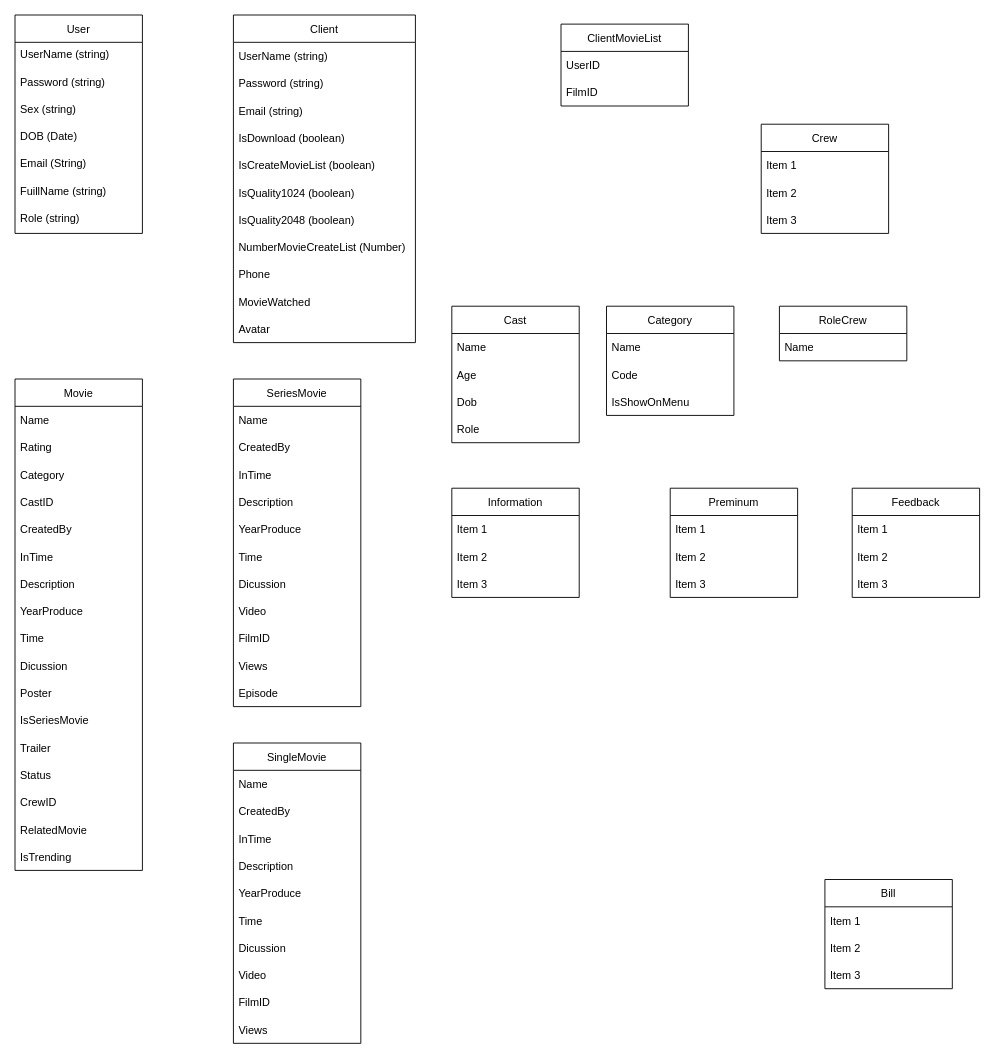
KenDZz1012/LKShop-NgonNguKichBan keeps this draw.io diagram as database.drawio. Above is the earlier version. Source tidied: cells renumbered, new cells numbered last; positions are measured from the earlier drawing's top-left corner, leaving out a move shared by most shapes. Both pictures are drawn from the tidied source at 91%, with x=0, y=0 at pixel (15, 15).
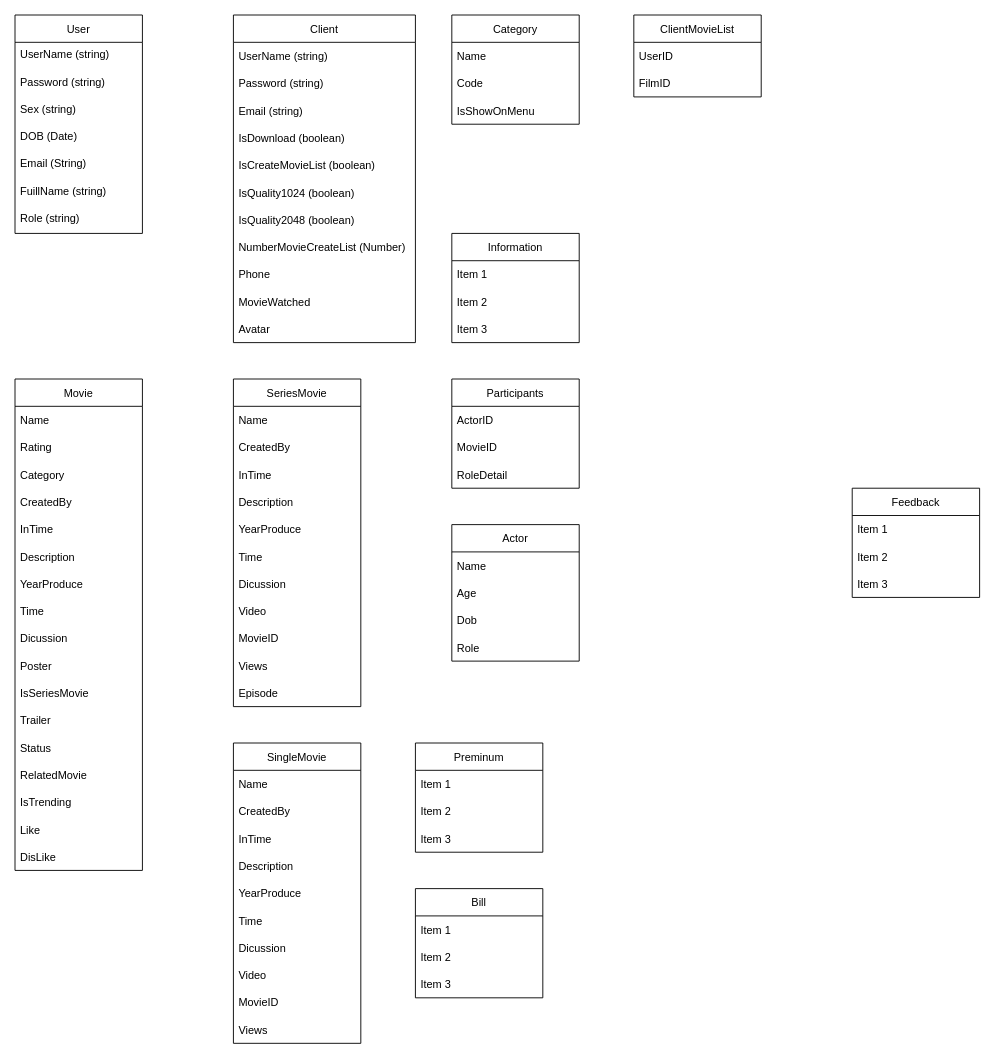
The same diagram, later.

Unchanged cells that the change refers to:
```xml
<mxCell id="10" value="Movie" style="swimlane;fontStyle=0;horizontal=1;startSize=30;" parent="1" vertex="1">
  <mxGeometry y="400" width="140" height="540" as="geometry" />
</mxCell>
<mxCell id="68" value="SeriesMovie" style="swimlane;fontStyle=0;horizontal=1;startSize=30;" parent="1" vertex="1">
  <mxGeometry x="240" y="400" width="140" height="360" as="geometry" />
</mxCell>
<mxCell id="86" value="SingleMovie" style="swimlane;fontStyle=0;horizontal=1;startSize=30;" parent="1" vertex="1">
  <mxGeometry x="240" y="800" width="140" height="330" as="geometry" />
</mxCell>
```

Change to the diagram source:
```diff
@@
-    <mxCell id="14" value="CastID" style="text;strokeColor=none;fillColor=none;align=left;verticalAlign=middle;spacingLeft=4;spacingRight=4;overflow=hidden;" parent="10" vertex="1">
-      <mxGeometry y="120" width="140" height="30" as="geometry" />
-    </mxCell>
     <mxCell id="15" value="CreatedBy" style="text;strokeColor=none;fillColor=none;align=left;verticalAlign=middle;spacingLeft=4;spacingRight=4;overflow=hidden;" parent="10" vertex="1">
-      <mxGeometry y="150" width="140" height="30" as="geometry" />
+      <mxGeometry y="120" width="140" height="30" as="geometry" />
     </mxCell>
     <mxCell id="16" value="InTime" style="text;strokeColor=none;fillColor=none;align=left;verticalAlign=middle;spacingLeft=4;spacingRight=4;overflow=hidden;" parent="10" vertex="1">
-      <mxGeometry y="180" width="140" height="30" as="geometry" />
+      <mxGeometry y="150" width="140" height="30" as="geometry" />
     </mxCell>
     <mxCell id="17" value="Description" style="text;strokeColor=none;fillColor=none;align=left;verticalAlign=middle;spacingLeft=4;spacingRight=4;overflow=hidden;" parent="10" vertex="1">
-      <mxGeometry y="210" width="140" height="30" as="geometry" />
+      <mxGeometry y="180" width="140" height="30" as="geometry" />
     </mxCell>
     <mxCell id="18" value="YearProduce" style="text;strokeColor=none;fillColor=none;align=left;verticalAlign=middle;spacingLeft=4;spacingRight=4;overflow=hidden;" parent="10" vertex="1">
-      <mxGeometry y="240" width="140" height="30" as="geometry" />
+      <mxGeometry y="210" width="140" height="30" as="geometry" />
     </mxCell>
     <mxCell id="19" value="Time" style="text;strokeColor=none;fillColor=none;align=left;verticalAlign=middle;spacingLeft=4;spacingRight=4;overflow=hidden;" parent="10" vertex="1">
-      <mxGeometry y="270" width="140" height="30" as="geometry" />
+      <mxGeometry y="240" width="140" height="30" as="geometry" />
     </mxCell>
     <mxCell id="20" value="Dicussion" style="text;strokeColor=none;fillColor=none;align=left;verticalAlign=middle;spacingLeft=4;spacingRight=4;overflow=hidden;" parent="10" vertex="1">
-      <mxGeometry y="300" width="140" height="30" as="geometry" />
+      <mxGeometry y="270" width="140" height="30" as="geometry" />
     </mxCell>
     <mxCell id="21" value="Poster" style="text;strokeColor=none;fillColor=none;align=left;verticalAlign=middle;spacingLeft=4;spacingRight=4;overflow=hidden;" parent="10" vertex="1">
-      <mxGeometry y="330" width="140" height="30" as="geometry" />
+      <mxGeometry y="300" width="140" height="30" as="geometry" />
     </mxCell>
     <mxCell id="22" value="IsSeriesMovie" style="text;strokeColor=none;fillColor=none;align=left;verticalAlign=middle;spacingLeft=4;spacingRight=4;overflow=hidden;" parent="10" vertex="1">
-      <mxGeometry y="360" width="140" height="30" as="geometry" />
+      <mxGeometry y="330" width="140" height="30" as="geometry" />
     </mxCell>
     <mxCell id="23" value="Trailer" style="text;strokeColor=none;fillColor=none;align=left;verticalAlign=middle;spacingLeft=4;spacingRight=4;overflow=hidden;" parent="10" vertex="1">
-      <mxGeometry y="390" width="140" height="30" as="geometry" />
+      <mxGeometry y="360" width="140" height="30" as="geometry" />
     </mxCell>
     <mxCell id="24" value="Status" style="text;strokeColor=none;fillColor=none;align=left;verticalAlign=middle;spacingLeft=4;spacingRight=4;overflow=hidden;" parent="10" vertex="1">
-      <mxGeometry y="420" width="140" height="30" as="geometry" />
+      <mxGeometry y="390" width="140" height="30" as="geometry" />
     </mxCell>
-    <mxCell id="25" value="CrewID" style="text;strokeColor=none;fillColor=none;align=left;verticalAlign=middle;spacingLeft=4;spacingRight=4;overflow=hidden;" parent="10" vertex="1">
-      <mxGeometry y="450" width="140" height="30" as="geometry" />
-    </mxCell>
     <mxCell id="26" value="RelatedMovie" style="text;strokeColor=none;fillColor=none;align=left;verticalAlign=middle;spacingLeft=4;spacingRight=4;overflow=hidden;" parent="10" vertex="1">
-      <mxGeometry y="480" width="140" height="30" as="geometry" />
+      <mxGeometry y="420" width="140" height="30" as="geometry" />
     </mxCell>
     <mxCell id="27" value="IsTrending" style="text;strokeColor=none;fillColor=none;align=left;verticalAlign=middle;spacingLeft=4;spacingRight=4;overflow=hidden;" parent="10" vertex="1">
-      <mxGeometry y="510" width="140" height="30" as="geometry" />
+      <mxGeometry y="450" width="140" height="30" as="geometry" />
     </mxCell>
+    <mxCell id="97" value="Like" style="text;strokeColor=none;fillColor=none;align=left;verticalAlign=middle;spacingLeft=4;spacingRight=4;overflow=hidden;" parent="10" vertex="1">
+      <mxGeometry y="480" width="140" height="30" as="geometry" />
+    </mxCell>
+    <mxCell id="98" value="DisLike" style="text;strokeColor=none;fillColor=none;align=left;verticalAlign=middle;spacingLeft=4;spacingRight=4;overflow=hidden;" parent="10" vertex="1">
+      <mxGeometry y="510" width="140" height="30" as="geometry" />
+    </mxCell>
-    <mxCell id="28" value="Cast" style="swimlane;fontStyle=0;horizontal=1;startSize=30;" parent="1" vertex="1">
-      <mxGeometry x="480" y="320" width="140" height="150" as="geometry" />
+    <mxCell id="28" value="Participants" style="swimlane;fontStyle=0;horizontal=1;startSize=30;" parent="1" vertex="1">
+      <mxGeometry x="480" y="400" width="140" height="120" as="geometry" />
     </mxCell>
-    <mxCell id="29" value="Name" style="text;strokeColor=none;fillColor=none;align=left;verticalAlign=middle;spacingLeft=4;spacingRight=4;overflow=hidden;" parent="28" vertex="1">
+    <mxCell id="29" value="ActorID" style="text;strokeColor=none;fillColor=none;align=left;verticalAlign=middle;spacingLeft=4;spacingRight=4;overflow=hidden;" parent="28" vertex="1">
       <mxGeometry y="30" width="140" height="30" as="geometry" />
     </mxCell>
-    <mxCell id="30" value="Age" style="text;strokeColor=none;fillColor=none;align=left;verticalAlign=middle;spacingLeft=4;spacingRight=4;overflow=hidden;" parent="28" vertex="1">
-      <mxGeometry y="60" width="140" height="30" as="geometry" />
-    </mxCell>
-    <mxCell id="31" value="Dob" style="text;strokeColor=none;fillColor=none;align=left;verticalAlign=middle;spacingLeft=4;spacingRight=4;overflow=hidden;" parent="28" vertex="1">
-      <mxGeometry y="90" width="140" height="30" as="geometry" />
-    </mxCell>
-    <mxCell id="32" value="Role" style="text;strokeColor=none;fillColor=none;align=left;verticalAlign=middle;spacingLeft=4;spacingRight=4;overflow=hidden;" parent="28" vertex="1">
-      <mxGeometry y="120" width="140" height="30" as="geometry" />
-    </mxCell>
+    <mxCell id="99" value="MovieID" style="text;strokeColor=none;fillColor=none;align=left;verticalAlign=middle;spacingLeft=4;spacingRight=4;overflow=hidden;" parent="28" vertex="1">
+      <mxGeometry y="60" width="140" height="30" as="geometry" />
+    </mxCell>
+    <mxCell id="100" value="RoleDetail" style="text;strokeColor=none;fillColor=none;align=left;verticalAlign=middle;spacingLeft=4;spacingRight=4;overflow=hidden;" parent="28" vertex="1">
+      <mxGeometry y="90" width="140" height="30" as="geometry" />
+    </mxCell>
@@
     <mxCell id="45" value="Category" style="swimlane;fontStyle=0;horizontal=1;startSize=30;" parent="1" vertex="1">
-      <mxGeometry x="650" y="320" width="140" height="120" as="geometry" />
+      <mxGeometry x="480" width="140" height="120" as="geometry" />
     </mxCell>
@@
     <mxCell id="49" value="ClientMovieList" style="swimlane;fontStyle=0;horizontal=1;startSize=30;" parent="1" vertex="1">
-      <mxGeometry x="600" y="10" width="140" height="90" as="geometry" />
+      <mxGeometry x="680" width="140" height="90" as="geometry" />
     </mxCell>
@@
     <mxCell id="52" value="Preminum" style="swimlane;fontStyle=0;horizontal=1;startSize=30;" parent="1" vertex="1">
-      <mxGeometry x="720" y="520" width="140" height="120" as="geometry" />
+      <mxGeometry x="440" y="800" width="140" height="120" as="geometry" />
     </mxCell>
@@
     <mxCell id="56" value="Bill" style="swimlane;fontStyle=0;horizontal=1;startSize=30;" parent="1" vertex="1">
-      <mxGeometry x="890" y="950" width="140" height="120" as="geometry" />
+      <mxGeometry x="440" y="960" width="140" height="120" as="geometry" />
     </mxCell>
@@
-    <mxCell id="64" value="Crew" style="swimlane;fontStyle=0;horizontal=1;startSize=30;" parent="1" vertex="1">
-      <mxGeometry x="820" y="120" width="140" height="120" as="geometry" />
-    </mxCell>
-    <mxCell id="65" value="Item 1" style="text;strokeColor=none;fillColor=none;align=left;verticalAlign=middle;spacingLeft=4;spacingRight=4;overflow=hidden;" parent="64" vertex="1">
-      <mxGeometry y="30" width="140" height="30" as="geometry" />
-    </mxCell>
-    <mxCell id="66" value="Item 2" style="text;strokeColor=none;fillColor=none;align=left;verticalAlign=middle;spacingLeft=4;spacingRight=4;overflow=hidden;" parent="64" vertex="1">
-      <mxGeometry y="60" width="140" height="30" as="geometry" />
-    </mxCell>
-    <mxCell id="67" value="Item 3" style="text;strokeColor=none;fillColor=none;align=left;verticalAlign=middle;spacingLeft=4;spacingRight=4;overflow=hidden;" parent="64" vertex="1">
-      <mxGeometry y="90" width="140" height="30" as="geometry" />
-    </mxCell>
@@
-    <mxCell id="77" value="FilmID" style="text;strokeColor=none;fillColor=none;align=left;verticalAlign=middle;spacingLeft=4;spacingRight=4;overflow=hidden;" parent="68" vertex="1">
+    <mxCell id="77" value="MovieID" style="text;strokeColor=none;fillColor=none;align=left;verticalAlign=middle;spacingLeft=4;spacingRight=4;overflow=hidden;" parent="68" vertex="1">
       <mxGeometry y="270" width="140" height="30" as="geometry" />
     </mxCell>
@@
     <mxCell id="80" value="Information" style="swimlane;fontStyle=0;horizontal=1;startSize=30;" parent="1" vertex="1">
-      <mxGeometry x="480" y="520" width="140" height="120" as="geometry" />
+      <mxGeometry x="480" y="240" width="140" height="120" as="geometry" />
     </mxCell>
@@
-    <mxCell id="84" value="RoleCrew" style="swimlane;fontStyle=0;horizontal=1;startSize=30;" parent="1" vertex="1">
-      <mxGeometry x="840" y="320" width="140" height="60" as="geometry" />
-    </mxCell>
-    <mxCell id="85" value="Name" style="text;strokeColor=none;fillColor=none;align=left;verticalAlign=middle;spacingLeft=4;spacingRight=4;overflow=hidden;" parent="84" vertex="1">
-      <mxGeometry y="30" width="140" height="30" as="geometry" />
-    </mxCell>
@@
-    <mxCell id="95" value="FilmID" style="text;strokeColor=none;fillColor=none;align=left;verticalAlign=middle;spacingLeft=4;spacingRight=4;overflow=hidden;" parent="86" vertex="1">
+    <mxCell id="95" value="MovieID" style="text;strokeColor=none;fillColor=none;align=left;verticalAlign=middle;spacingLeft=4;spacingRight=4;overflow=hidden;" parent="86" vertex="1">
       <mxGeometry y="270" width="140" height="30" as="geometry" />
     </mxCell>
@@
+    <mxCell id="101" value="Actor" style="swimlane;fontStyle=0;horizontal=1;startSize=30;" parent="1" vertex="1">
+      <mxGeometry x="480" y="560" width="140" height="150" as="geometry" />
+    </mxCell>
+    <mxCell id="85" value="Name" style="text;strokeColor=none;fillColor=none;align=left;verticalAlign=middle;spacingLeft=4;spacingRight=4;overflow=hidden;" parent="101" vertex="1">
+      <mxGeometry y="30" width="140" height="30" as="geometry" />
+    </mxCell>
+    <mxCell id="30" value="Age" style="text;strokeColor=none;fillColor=none;align=left;verticalAlign=middle;spacingLeft=4;spacingRight=4;overflow=hidden;" parent="101" vertex="1">
+      <mxGeometry y="60" width="140" height="30" as="geometry" />
+    </mxCell>
+    <mxCell id="31" value="Dob" style="text;strokeColor=none;fillColor=none;align=left;verticalAlign=middle;spacingLeft=4;spacingRight=4;overflow=hidden;" parent="101" vertex="1">
+      <mxGeometry y="90" width="140" height="30" as="geometry" />
+    </mxCell>
+    <mxCell id="32" value="Role" style="text;strokeColor=none;fillColor=none;align=left;verticalAlign=middle;spacingLeft=4;spacingRight=4;overflow=hidden;" parent="101" vertex="1">
+      <mxGeometry y="120" width="140" height="30" as="geometry" />
+    </mxCell>
```
